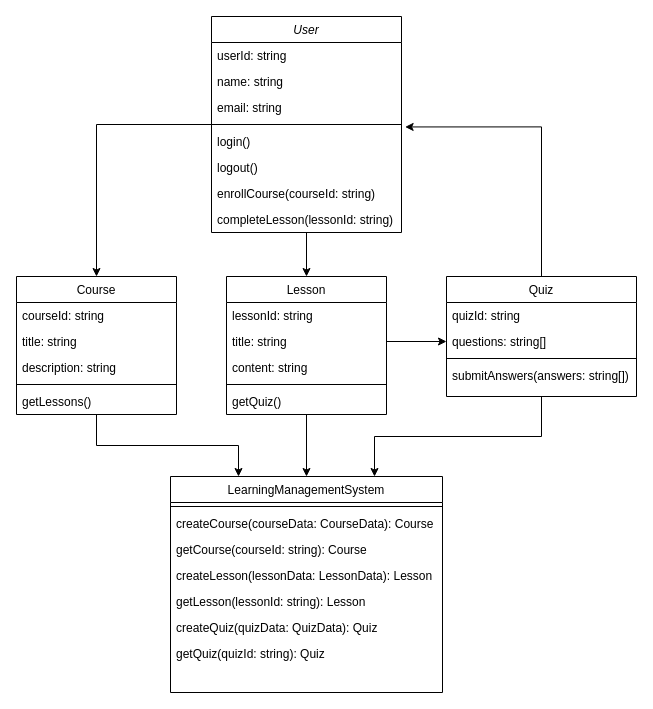
Before: report2.drawio in Masuda-1246/drawio, a draw.io diagram. Source tidied: cells renumbered, new cells numbered last; positions are measured from the earlier drawing's top-left corner, leaving out a move shared by most shapes. Both pictures are drawn from the tidied source at 100%, with x=0, y=0 at pixel (16, 16).
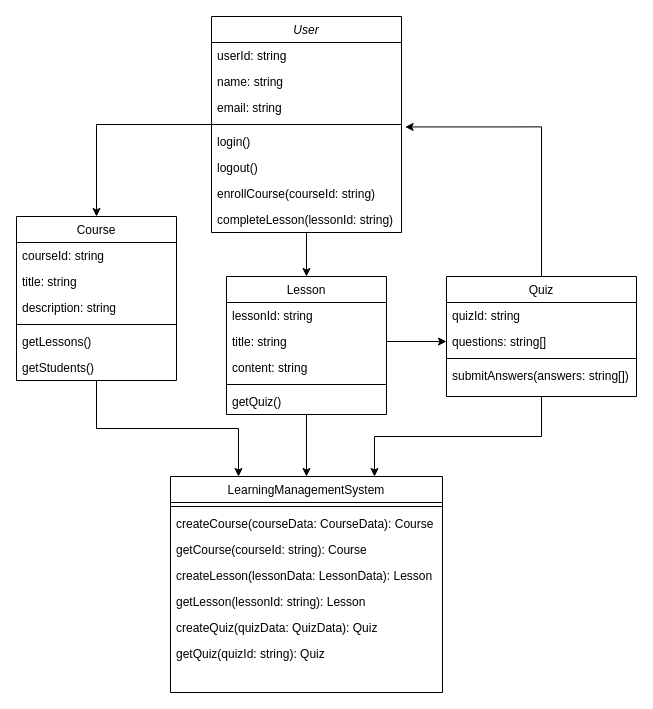
The same diagram, later.

Commit message (it also covers changes not shown here):
report2.drawio を更新します

Unchanged cells that the change refers to:
```xml
<mxCell id="4" value="User" style="swimlane;fontStyle=2;align=center;verticalAlign=top;horizontal=1;startSize=26;rounded=0;shadow=0;strokeWidth=1;" parent="1" vertex="1">
  <mxGeometry x="195" width="190" height="216" as="geometry" />
</mxCell>
```

Diff of the diagram source:
```diff
@@
-    <mxCell id="3" style="edgeStyle=orthogonalEdgeStyle;rounded=0;jettySize=auto;html=1;" parent="1" edge="1" source="4" target="14">
+    <mxCell id="3" style="edgeStyle=orthogonalEdgeStyle;rounded=0;jettySize=auto;html=1;entryX=0.5;entryY=0;entryDx=0;entryDy=0;" parent="1" edge="1" source="4" target="14">
       <mxGeometry relative="1" as="geometry" />
     </mxCell>
@@
     <mxCell id="14" value="Course" style="swimlane;fontStyle=0;align=center;verticalAlign=top;horizontal=1;startSize=26;rounded=0;shadow=0;strokeWidth=1;" parent="1" vertex="1">
-      <mxGeometry y="260" width="160" height="138" as="geometry" />
+      <mxGeometry y="200" width="160" height="164" as="geometry" />
     </mxCell>
@@
+    <mxCell id="43" value="getStudents()" style="text;align=left;verticalAlign=top;spacingLeft=4;spacingRight=4;overflow=hidden;" parent="14" vertex="1">
+      <mxGeometry y="138" width="160" height="26" as="geometry" />
+    </mxCell>
```
